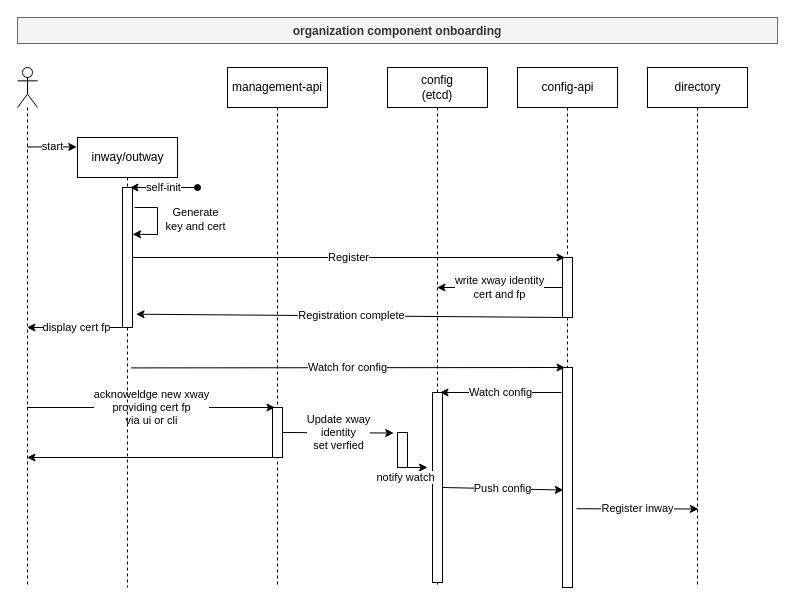
This is design/organization-component-onboarding.drawio from VNG-Realisatie/nlx, a draw.io file, before an edit. Source tidied: cells renumbered, new cells numbered last; positions are measured from the earlier drawing's top-left corner, leaving out a move shared by most shapes. Both pictures are drawn from the tidied source at 100%, with x=0, y=0 at pixel (17, 17).
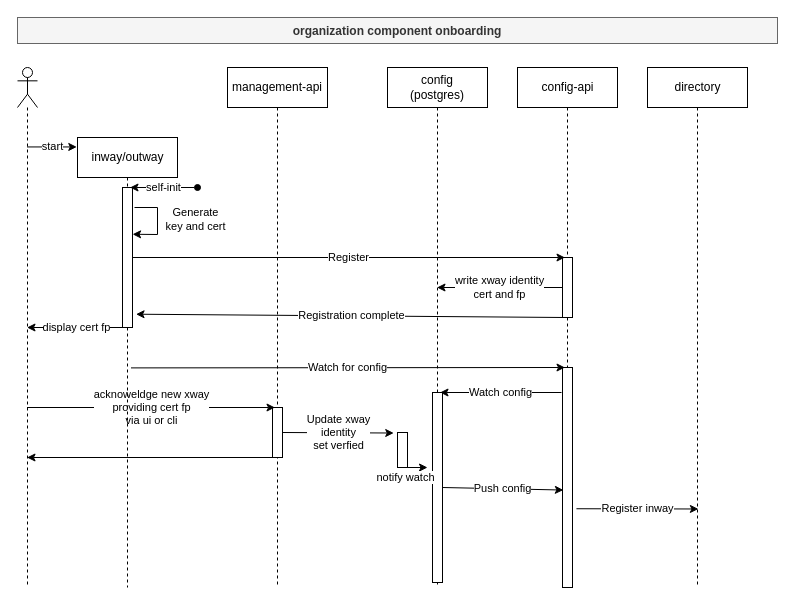
The same diagram, later.

The edit, as a diff of the source:
```diff
@@
-    <mxCell id="16" value="config&lt;br&gt;(etcd)&lt;br&gt;" style="shape=umlLifeline;perimeter=lifelinePerimeter;whiteSpace=wrap;html=1;outlineConnect=0;" parent="1" vertex="1">
+    <mxCell id="16" value="config&lt;br&gt;(postgres)" style="shape=umlLifeline;perimeter=lifelinePerimeter;whiteSpace=wrap;html=1;outlineConnect=0;" parent="1" vertex="1">
       <mxGeometry x="370" y="50" width="100" height="520" as="geometry" />
     </mxCell>
```
